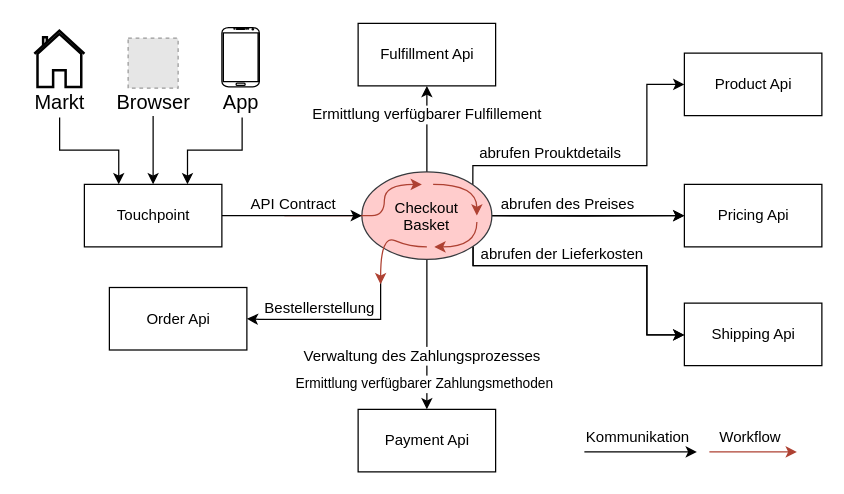
The draw.io diagram svg/ContextDiagramm.drawio in Thalmaier/bachelor-thesis, before the edit. Source tidied: cells renumbered, new cells numbered last; positions are measured from the earlier drawing's top-left corner, leaving out a move shared by most shapes. Both pictures are drawn from the tidied source at 125%, with x=0, y=0 at pixel (21, 21). Pictures stored in the file or linked from it are replaced by grey dashed boxes.
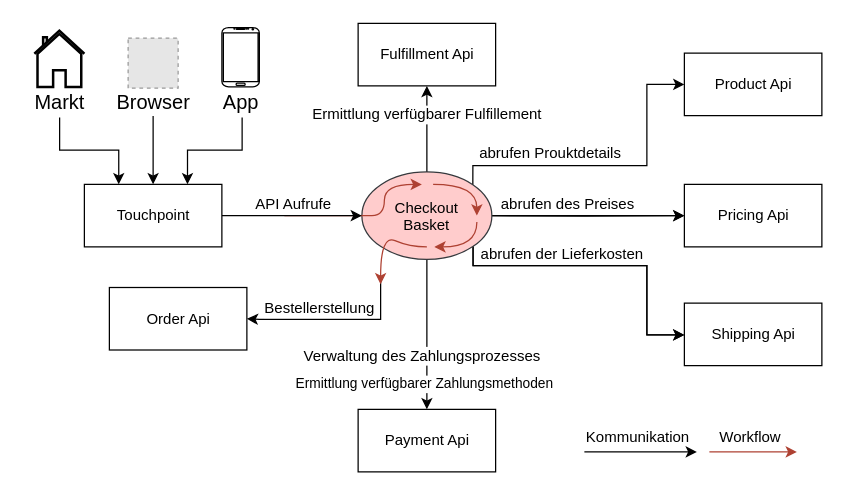
The same page after the edit.

Unchanged cells that the change refers to:
```xml
<mxCell id="24" style="edgeStyle=orthogonalEdgeStyle;rounded=0;jettySize=auto;html=1;fontColor=#000000;strokeColor=#000000;" parent="1" edge="1" source="26" target="17">
  <mxGeometry relative="1" as="geometry" />
</mxCell>
```

What changed in the source:
```diff
@@
-    <mxCell id="25" value="API Contract" style="edgeLabel;align=center;verticalAlign=middle;fontSize=12;fontColor=#000000;labelBackgroundColor=#FFFFFF;" parent="24" vertex="1">
+    <mxCell id="25" value="API Aufrufe" style="edgeLabel;align=center;verticalAlign=middle;fontSize=12;fontColor=#000000;labelBackgroundColor=#FFFFFF;" parent="24" vertex="1">
       <mxGeometry x="-0.13" y="-2" relative="1" as="geometry">
         <mxPoint x="8" y="-12" as="offset" />
       </mxGeometry>
     </mxCell>
```
